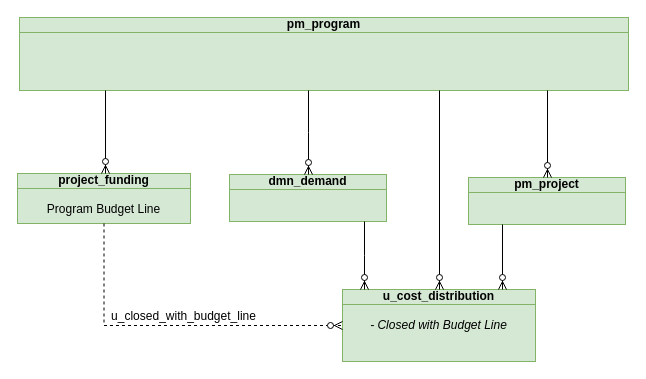
Earlier version of the draw.io diagram page "mProgram2" (7 of 12) of Wac.drawio (algimas/tmp). Source tidied: cells renumbered, new cells numbered last; positions are measured from the earlier drawing's top-left corner, leaving out a move shared by most shapes. Both pictures are drawn from the tidied source at 100%, with x=0, y=0 at pixel (17, 17).
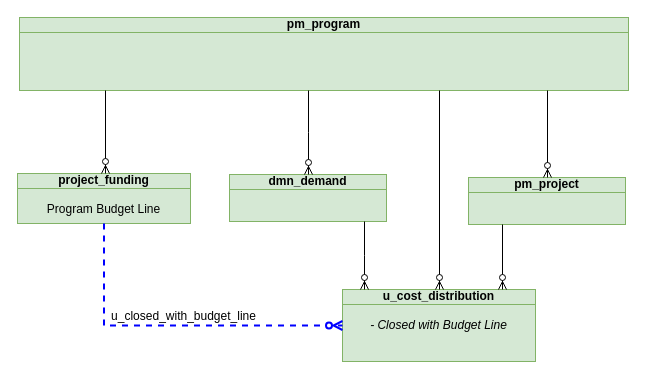
After the change.

The edit, as a diff of the source:
```diff
@@
 <mxGraphModel>
   <root>
     <mxCell id="0" />
     <mxCell id="1" parent="0" />
     <mxCell id="2" value="&lt;b&gt;pm_program&lt;/b&gt;&lt;div&gt;&lt;br&gt;&lt;/div&gt;&lt;div&gt;&lt;br&gt;&lt;/div&gt;" style="html=1;outlineConnect=0;whiteSpace=wrap;fillColor=#d5e8d4;shape=mxgraph.archimate3.businessObject;overflow=fill;strokeColor=#82b366;fontStyle=0;fontSize=12;shadow=0;" parent="1" vertex="1">
       <mxGeometry x="2" width="609" height="73" as="geometry" />
     </mxCell>
     <mxCell id="3" value="&lt;b&gt;project_funding&lt;/b&gt;&lt;div&gt;&lt;b&gt;&lt;br&gt;&lt;/b&gt;&lt;div&gt;Program Budget Line&lt;b&gt;&lt;/b&gt;&lt;/div&gt;&lt;/div&gt;" style="html=1;outlineConnect=0;whiteSpace=wrap;fillColor=#d5e8d4;shape=mxgraph.archimate3.businessObject;overflow=fill;strokeColor=#82b366;fontStyle=0;fontSize=12;shadow=0;" parent="1" vertex="1">
       <mxGeometry y="156" width="173" height="50" as="geometry" />
     </mxCell>
     <mxCell id="4" style="fontSize=12;html=1;endArrow=ERzeroToMany;endFill=1;rounded=0;fontStyle=0;edgeStyle=elbowEdgeStyle;" parent="1" edge="1" source="2" target="3">
       <mxGeometry relative="1" as="geometry" />
     </mxCell>
     <mxCell id="5" value="&lt;b&gt;u_cost_distribution&lt;/b&gt;&lt;div&gt;&lt;b&gt;&lt;br&gt;&lt;/b&gt;&lt;/div&gt;&lt;div&gt;&lt;i&gt;- Closed with Budget Line&lt;/i&gt;&lt;/div&gt;" style="html=1;outlineConnect=0;whiteSpace=wrap;fillColor=#d5e8d4;shape=mxgraph.archimate3.businessObject;overflow=fill;strokeColor=#82b366;fontStyle=0;fontSize=12;shadow=0;" parent="1" vertex="1">
       <mxGeometry x="325" y="272" width="193" height="72" as="geometry" />
     </mxCell>
     <mxCell id="6" style="fontSize=12;html=1;endArrow=ERzeroToMany;endFill=1;rounded=0;fontStyle=0;edgeStyle=elbowEdgeStyle;" parent="1" edge="1" source="2" target="5">
       <mxGeometry relative="1" as="geometry" />
     </mxCell>
     <mxCell id="7" value="&lt;b&gt;dmn_demand&lt;/b&gt;" style="html=1;outlineConnect=0;whiteSpace=wrap;fillColor=#d5e8d4;shape=mxgraph.archimate3.businessObject;overflow=fill;strokeColor=#82b366;fontStyle=0;fontSize=12;shadow=0;" parent="1" vertex="1">
       <mxGeometry x="212" y="157" width="157" height="47" as="geometry" />
     </mxCell>
     <mxCell id="8" style="fontSize=12;html=1;endArrow=ERzeroToMany;endFill=1;rounded=0;fontStyle=0;edgeStyle=elbowEdgeStyle;" parent="1" edge="1" source="2" target="7">
       <mxGeometry relative="1" as="geometry" />
     </mxCell>
     <mxCell id="9" style="fontSize=12;html=1;endArrow=ERzeroToMany;endFill=1;rounded=0;fontStyle=0;edgeStyle=elbowEdgeStyle;" parent="1" edge="1" source="7" target="5">
       <mxGeometry relative="1" as="geometry" />
     </mxCell>
     <mxCell id="10" value="&lt;b&gt;pm_project&lt;/b&gt;" style="html=1;outlineConnect=0;whiteSpace=wrap;fillColor=#d5e8d4;shape=mxgraph.archimate3.businessObject;overflow=fill;strokeColor=#82b366;fontStyle=0;fontSize=12;shadow=0;" parent="1" vertex="1">
       <mxGeometry x="451" y="160" width="157" height="47" as="geometry" />
     </mxCell>
     <mxCell id="11" style="fontSize=12;html=1;endArrow=ERzeroToMany;endFill=1;rounded=0;fontStyle=0;edgeStyle=elbowEdgeStyle;" parent="1" edge="1" source="2" target="10">
       <mxGeometry relative="1" as="geometry" />
     </mxCell>
     <mxCell id="12" style="fontSize=12;html=1;endArrow=ERzeroToMany;endFill=1;rounded=0;fontStyle=0;edgeStyle=elbowEdgeStyle;" parent="1" edge="1" source="10" target="5">
       <mxGeometry relative="1" as="geometry" />
     </mxCell>
-    <mxCell id="13" style="fontSize=12;html=1;endArrow=ERzeroToMany;endFill=1;rounded=0;fontStyle=0;edgeStyle=orthogonalEdgeStyle;libavoidRouting=1;dashed=1;" parent="1" edge="1" source="3" target="5">
+    <mxCell id="13" style="fontSize=12;html=1;endArrow=ERzeroToMany;endFill=1;rounded=0;fontStyle=0;edgeStyle=orthogonalEdgeStyle;libavoidRouting=1;dashed=1;strokeColor=light-dark(#0000FF,#EDEDED);strokeWidth=2;" parent="1" edge="1" source="3" target="5">
       <mxGeometry relative="1" as="geometry">
         <Array as="points">
           <mxPoint x="87" y="308" />
         </Array>
       </mxGeometry>
     </mxCell>
     <mxCell id="14" value="u_closed_with_budget_line" style="edgeLabel;html=1;align=center;verticalAlign=middle;fontSize=12;" parent="13" vertex="1">
       <mxGeometry x="-0.09" relative="1" as="geometry">
         <mxPoint x="26" y="-10" as="offset" />
       </mxGeometry>
     </mxCell>
   </root>
 </mxGraphModel>
```
